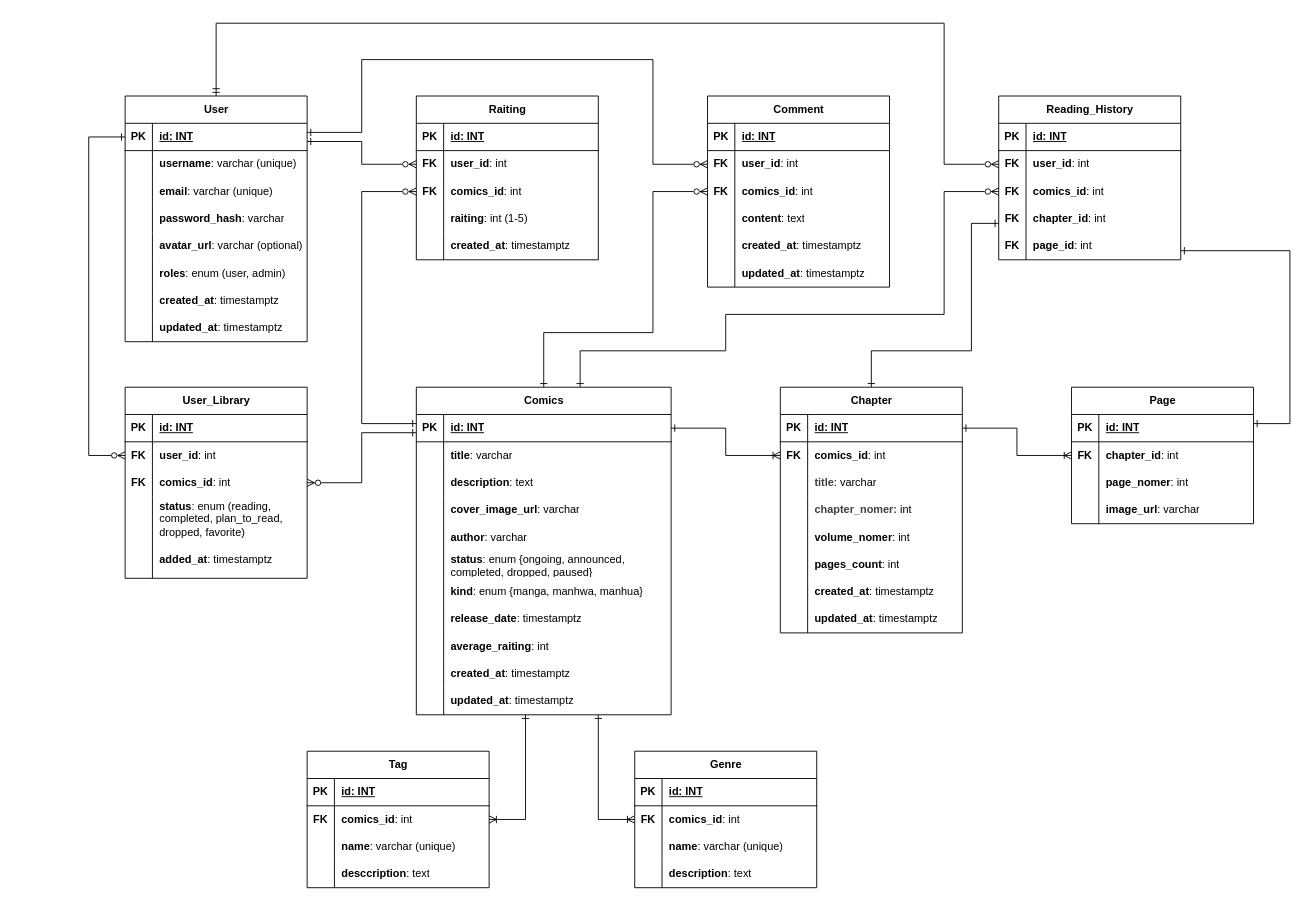
Earlier version of the draw.io diagram docs/assets/diagrams/ERD/ERD.drawio (TeleManga/docs). Source tidied: cells renumbered, new cells numbered last; positions are measured from the earlier drawing's top-left corner, leaving out a move shared by most shapes. Both pictures are drawn from the tidied source at 91%, with x=0, y=0 at pixel (88, 23).
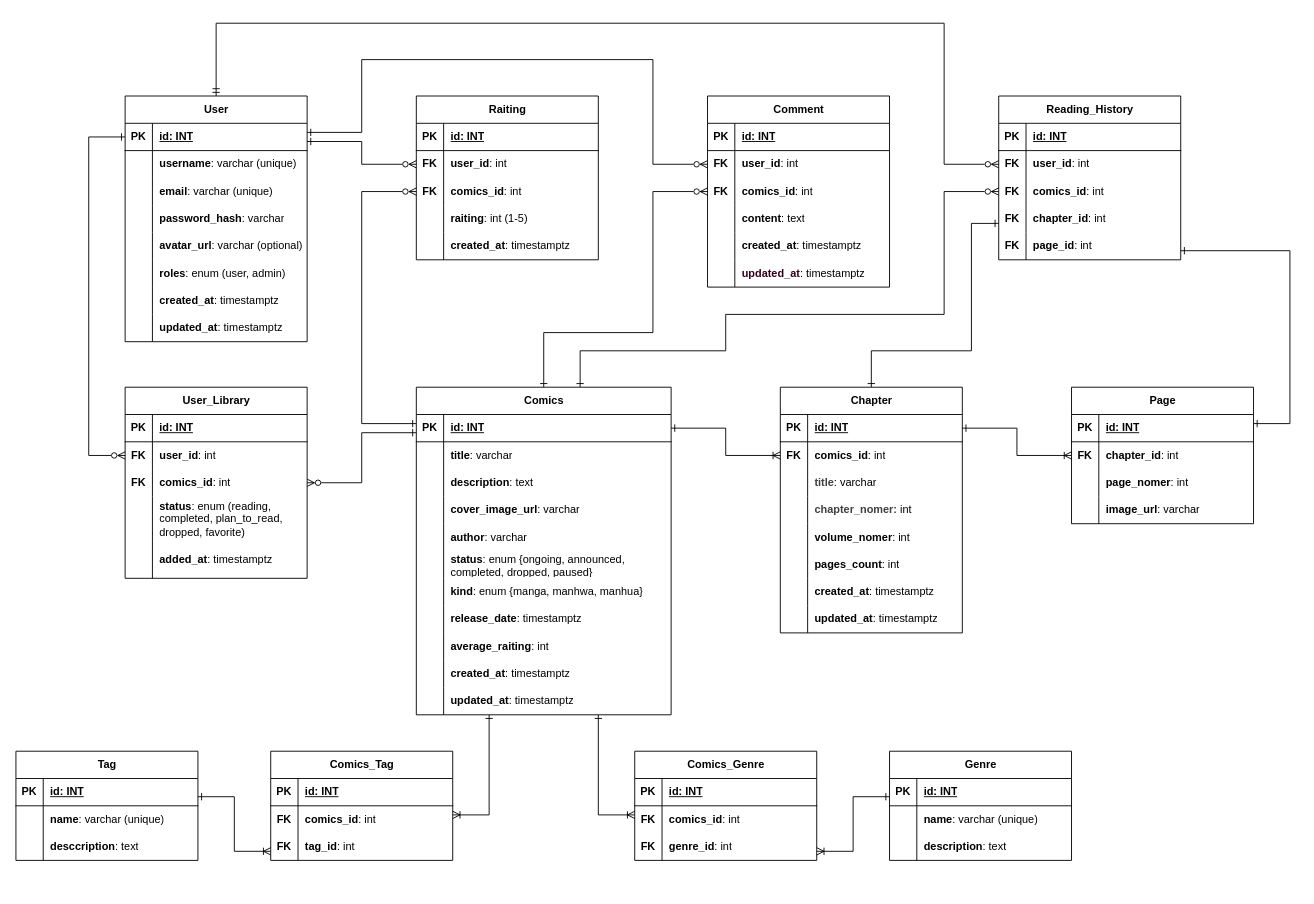
The same diagram, later.

Commit message (it also covers changes not shown here):
fix/6/refactor-erd-and-clean-architecture-synhrinize-technical-description

The change refers to these unchanged cells:
```xml
<mxCell id="6" value="Comics" style="shape=table;startSize=30;childLayout=tableLayout;rowLines=0;fontStyle=1;align=center;html=1;" parent="1" vertex="1">
  <mxGeometry x="360" y="400" width="280" height="360" as="geometry" />
</mxCell>
<mxCell id="151" style="shape=tableRow;horizontal=0;startSize=0;swimlaneHead=0;swimlaneBody=0;fillColor=none;points=[[0,0.5],[1,0.5]];portConstraint=eastwest;top=0;left=0;right=0;bottom=0;" parent="147" vertex="1">
  <mxGeometry y="60" width="200" height="30" as="geometry" />
</mxCell>
<mxCell id="154" style="shape=tableRow;horizontal=0;startSize=0;swimlaneHead=0;swimlaneBody=0;fillColor=none;points=[[0,0.5],[1,0.5]];portConstraint=eastwest;top=0;left=0;right=0;bottom=0;" parent="147" vertex="1">
  <mxGeometry y="90" width="200" height="30" as="geometry" />
</mxCell>
<mxCell id="157" style="shape=tableRow;horizontal=0;startSize=0;swimlaneHead=0;swimlaneBody=0;fillColor=none;top=0;left=0;right=0;bottom=0;" parent="147" vertex="1">
  <mxGeometry y="120" width="200" height="30" as="geometry" />
</mxCell>
<mxCell id="160" style="shape=tableRow;horizontal=0;startSize=0;swimlaneHead=0;swimlaneBody=0;fillColor=none;top=0;left=0;right=0;bottom=0;" parent="147" vertex="1">
  <mxGeometry y="150" width="200" height="30" as="geometry" />
</mxCell>
<mxCell id="163" style="shape=tableRow;horizontal=0;startSize=0;swimlaneHead=0;swimlaneBody=0;fillColor=none;top=0;left=0;right=0;bottom=0;" parent="147" vertex="1">
  <mxGeometry y="180" width="200" height="30" as="geometry" />
</mxCell>
```

What changed in the source:
```diff
@@
-    <mxCell id="4" style="edgeStyle=orthogonalEdgeStyle;html=1;startArrow=ERone;startFill=0;endArrow=ERoneToMany;endFill=0;rounded=0;curved=0;" parent="1" edge="1" source="6" target="40">
-      <mxGeometry relative="1" as="geometry">
-        <Array as="points">
-          <mxPoint x="560" y="875" />
-        </Array>
-      </mxGeometry>
-    </mxCell>
-    <mxCell id="5" style="edgeStyle=orthogonalEdgeStyle;html=1;rounded=0;curved=0;startArrow=ERone;startFill=0;endArrow=ERoneToMany;endFill=0;" parent="1" edge="1" source="6" target="53">
-      <mxGeometry relative="1" as="geometry">
-        <Array as="points">
-          <mxPoint x="480" y="875" />
-        </Array>
-      </mxGeometry>
-    </mxCell>
+    <mxCell id="206" style="edgeStyle=orthogonalEdgeStyle;html=1;rounded=0;curved=0;startArrow=ERone;startFill=0;endArrow=ERoneToMany;endFill=0;" parent="1" edge="1" source="6" target="209">
+      <mxGeometry relative="1" as="geometry">
+        <Array as="points">
+          <mxPoint x="560" y="870" />
+        </Array>
+      </mxGeometry>
+    </mxCell>
+    <mxCell id="207" style="edgeStyle=orthogonalEdgeStyle;html=1;rounded=0;curved=0;startArrow=ERone;startFill=0;endArrow=ERoneToMany;endFill=0;" parent="1" edge="1" source="6" target="220">
+      <mxGeometry relative="1" as="geometry">
+        <Array as="points">
+          <mxPoint x="440" y="870" />
+        </Array>
+      </mxGeometry>
+    </mxCell>
@@
     <mxCell id="40" value="Genre" style="shape=table;startSize=30;childLayout=tableLayout;rowLines=0;fontStyle=1;align=center;html=1;" parent="1" vertex="1">
-      <mxGeometry x="600" y="800" width="200" height="150" as="geometry" />
+      <mxGeometry x="880" y="800" width="200" height="120" as="geometry" />
     </mxCell>
@@
-    <mxCell id="44" style="shape=tableRow;horizontal=0;startSize=0;swimlaneHead=0;swimlaneBody=0;fillColor=none;top=0;left=0;right=0;bottom=0;" parent="40" vertex="1">
-      <mxGeometry y="60" width="200" height="30" as="geometry" />
-    </mxCell>
-    <mxCell id="45" value="&lt;b&gt;&lt;font style=&quot;color: rgb(0, 0, 0);&quot;&gt;FK&lt;/font&gt;&lt;/b&gt;" style="shape=partialRectangle;fillColor=none;top=0;left=0;bottom=0;right=0;overflow=hidden;whiteSpace=wrap;html=1;" parent="44" vertex="1">
-      <mxGeometry width="30" height="30" as="geometry" />
-    </mxCell>
-    <mxCell id="46" value="&lt;b&gt;comics_id&lt;/b&gt;: int" style="shape=partialRectangle;fillColor=none;top=0;left=0;bottom=0;right=0;align=left;spacingLeft=6;overflow=hidden;whiteSpace=wrap;html=1;" parent="44" vertex="1">
-      <mxGeometry x="30" width="170" height="30" as="geometry" />
-    </mxCell>
     <mxCell id="47" style="shape=tableRow;horizontal=0;startSize=0;swimlaneHead=0;swimlaneBody=0;fillColor=none;top=0;left=0;right=0;bottom=0;" parent="40" vertex="1">
-      <mxGeometry y="90" width="200" height="30" as="geometry" />
+      <mxGeometry y="60" width="200" height="30" as="geometry" />
     </mxCell>
@@
     <mxCell id="50" style="shape=tableRow;horizontal=0;startSize=0;swimlaneHead=0;swimlaneBody=0;fillColor=none;top=0;left=0;right=0;bottom=0;" parent="40" vertex="1">
-      <mxGeometry y="120" width="200" height="30" as="geometry" />
+      <mxGeometry y="90" width="200" height="30" as="geometry" />
     </mxCell>
@@
     <mxCell id="53" value="Tag" style="shape=table;startSize=30;childLayout=tableLayout;rowLines=0;fontStyle=1;align=center;html=1;" parent="1" vertex="1">
-      <mxGeometry x="240" y="800" width="200" height="150" as="geometry" />
+      <mxGeometry x="-80" y="800" width="200" height="120" as="geometry" />
     </mxCell>
@@
-    <mxCell id="57" style="shape=tableRow;horizontal=0;startSize=0;swimlaneHead=0;swimlaneBody=0;fillColor=none;top=0;left=0;right=0;bottom=0;" parent="53" vertex="1">
-      <mxGeometry y="60" width="200" height="30" as="geometry" />
-    </mxCell>
-    <mxCell id="58" value="&lt;b&gt;&lt;font style=&quot;color: rgb(0, 0, 0);&quot;&gt;FK&lt;/font&gt;&lt;/b&gt;" style="shape=partialRectangle;fillColor=none;top=0;left=0;bottom=0;right=0;overflow=hidden;whiteSpace=wrap;html=1;" parent="57" vertex="1">
-      <mxGeometry width="30" height="30" as="geometry" />
-    </mxCell>
-    <mxCell id="59" value="&lt;b&gt;comics_id&lt;/b&gt;: int" style="shape=partialRectangle;fillColor=none;top=0;left=0;bottom=0;right=0;align=left;spacingLeft=6;overflow=hidden;whiteSpace=wrap;html=1;" parent="57" vertex="1">
-      <mxGeometry x="30" width="170" height="30" as="geometry" />
-    </mxCell>
     <mxCell id="60" style="shape=tableRow;horizontal=0;startSize=0;swimlaneHead=0;swimlaneBody=0;fillColor=none;top=0;left=0;right=0;bottom=0;" parent="53" vertex="1">
-      <mxGeometry y="90" width="200" height="30" as="geometry" />
+      <mxGeometry y="60" width="200" height="30" as="geometry" />
     </mxCell>
@@
     <mxCell id="63" style="shape=tableRow;horizontal=0;startSize=0;swimlaneHead=0;swimlaneBody=0;fillColor=none;top=0;left=0;right=0;bottom=0;" parent="53" vertex="1">
-      <mxGeometry y="120" width="200" height="30" as="geometry" />
+      <mxGeometry y="90" width="200" height="30" as="geometry" />
     </mxCell>
@@
-    <mxCell id="153" value="&lt;b&gt;user_id&lt;/b&gt;: int" style="shape=partialRectangle;fillColor=none;top=0;left=0;bottom=0;right=0;align=left;spacingLeft=6;overflow=hidden;whiteSpace=wrap;html=1;" parent="151" vertex="1">
+    <mxCell id="153" value="&lt;b&gt;&lt;font style=&quot;color: rgb(0, 0, 0);&quot;&gt;user_id&lt;/font&gt;&lt;/b&gt;: int" style="shape=partialRectangle;fillColor=none;top=0;left=0;bottom=0;right=0;align=left;spacingLeft=6;overflow=hidden;whiteSpace=wrap;html=1;" parent="151" vertex="1">
       <mxGeometry x="30" width="170" height="30" as="geometry" />
     </mxCell>
@@
-    <mxCell id="156" value="&lt;b&gt;comics_id&lt;/b&gt;: int" style="shape=partialRectangle;fillColor=none;top=0;left=0;bottom=0;right=0;align=left;spacingLeft=6;overflow=hidden;whiteSpace=wrap;html=1;" parent="154" vertex="1">
+    <mxCell id="156" value="&lt;b&gt;&lt;font style=&quot;color: rgb(0, 0, 0);&quot;&gt;comics_id&lt;/font&gt;&lt;/b&gt;: int" style="shape=partialRectangle;fillColor=none;top=0;left=0;bottom=0;right=0;align=left;spacingLeft=6;overflow=hidden;whiteSpace=wrap;html=1;" parent="154" vertex="1">
       <mxGeometry x="30" width="170" height="30" as="geometry" />
     </mxCell>
@@
-    <mxCell id="159" value="&lt;b&gt;content&lt;/b&gt;: text" style="shape=partialRectangle;fillColor=none;top=0;left=0;bottom=0;right=0;align=left;spacingLeft=6;overflow=hidden;whiteSpace=wrap;html=1;" parent="157" vertex="1">
+    <mxCell id="159" value="&lt;b&gt;&lt;font style=&quot;color: rgb(0, 0, 0);&quot;&gt;content&lt;/font&gt;&lt;/b&gt;: text" style="shape=partialRectangle;fillColor=none;top=0;left=0;bottom=0;right=0;align=left;spacingLeft=6;overflow=hidden;whiteSpace=wrap;html=1;" parent="157" vertex="1">
       <mxGeometry x="30" width="170" height="30" as="geometry" />
     </mxCell>
@@
-    <mxCell id="162" value="&lt;b&gt;created_at&lt;/b&gt;: timestamptz" style="shape=partialRectangle;fillColor=none;top=0;left=0;bottom=0;right=0;align=left;spacingLeft=6;overflow=hidden;whiteSpace=wrap;html=1;" parent="160" vertex="1">
+    <mxCell id="162" value="&lt;b&gt;&lt;font style=&quot;color: light-dark(rgb(0, 0, 0), rgb(237, 237, 237));&quot;&gt;created_at&lt;/font&gt;&lt;/b&gt;: timestamptz" style="shape=partialRectangle;fillColor=none;top=0;left=0;bottom=0;right=0;align=left;spacingLeft=6;overflow=hidden;whiteSpace=wrap;html=1;" parent="160" vertex="1">
       <mxGeometry x="30" width="170" height="30" as="geometry" />
     </mxCell>
@@
-    <mxCell id="165" value="updated_at&lt;span style=&quot;font-weight: normal;&quot;&gt;: timestamptz&lt;/span&gt;" style="shape=partialRectangle;fillColor=none;top=0;left=0;bottom=0;right=0;align=left;spacingLeft=6;overflow=hidden;whiteSpace=wrap;html=1;fontStyle=1;" parent="163" vertex="1">
+    <mxCell id="165" value="&lt;font style=&quot;color: rgb(51, 0, 26);&quot;&gt;updated_at&lt;/font&gt;&lt;span style=&quot;font-weight: normal;&quot;&gt;: timestamptz&lt;/span&gt;" style="shape=partialRectangle;fillColor=none;top=0;left=0;bottom=0;right=0;align=left;spacingLeft=6;overflow=hidden;whiteSpace=wrap;html=1;fontStyle=1;" parent="163" vertex="1">
       <mxGeometry x="30" width="170" height="30" as="geometry" />
     </mxCell>
@@
+    <mxCell id="208" style="edgeStyle=orthogonalEdgeStyle;html=1;startArrow=ERoneToMany;startFill=0;endArrow=ERone;endFill=0;rounded=0;curved=0;" parent="1" edge="1" source="209" target="40">
+      <mxGeometry relative="1" as="geometry">
+        <Array as="points">
+          <mxPoint x="840" y="910" />
+          <mxPoint x="840" y="850" />
+        </Array>
+      </mxGeometry>
+    </mxCell>
+    <mxCell id="209" value="Comics_Genre" style="shape=table;startSize=30;childLayout=tableLayout;rowLines=0;fontStyle=1;align=center;html=1;" parent="1" vertex="1">
+      <mxGeometry x="600" y="800" width="200" height="120" as="geometry" />
+    </mxCell>
+    <mxCell id="210" style="shape=tableRow;horizontal=0;startSize=0;swimlaneHead=0;swimlaneBody=0;fillColor=none;top=0;left=0;right=0;bottom=1;" parent="209" vertex="1">
+      <mxGeometry y="30" width="200" height="30" as="geometry" />
+    </mxCell>
+    <mxCell id="211" value="PK" style="shape=partialRectangle;fillColor=none;top=0;left=0;bottom=0;right=0;fontStyle=1;overflow=hidden;whiteSpace=wrap;html=1;" parent="210" vertex="1">
+      <mxGeometry width="30" height="30" as="geometry" />
+    </mxCell>
+    <mxCell id="212" value="id: INT" style="shape=partialRectangle;fillColor=none;top=0;left=0;bottom=0;right=0;align=left;spacingLeft=6;fontStyle=5;overflow=hidden;whiteSpace=wrap;html=1;" parent="210" vertex="1">
+      <mxGeometry x="30" width="170" height="30" as="geometry" />
+    </mxCell>
+    <mxCell id="213" style="shape=tableRow;horizontal=0;startSize=0;swimlaneHead=0;swimlaneBody=0;fillColor=none;top=0;left=0;right=0;bottom=0;" parent="209" vertex="1">
+      <mxGeometry y="60" width="200" height="30" as="geometry" />
+    </mxCell>
+    <mxCell id="214" value="&lt;b&gt;&lt;font style=&quot;color: rgb(0, 0, 0);&quot;&gt;FK&lt;/font&gt;&lt;/b&gt;" style="shape=partialRectangle;fillColor=none;top=0;left=0;bottom=0;right=0;overflow=hidden;whiteSpace=wrap;html=1;" parent="213" vertex="1">
+      <mxGeometry width="30" height="30" as="geometry" />
+    </mxCell>
+    <mxCell id="215" value="&lt;b&gt;comics_id&lt;/b&gt;: int" style="shape=partialRectangle;fillColor=none;top=0;left=0;bottom=0;right=0;align=left;spacingLeft=6;overflow=hidden;whiteSpace=wrap;html=1;" parent="213" vertex="1">
+      <mxGeometry x="30" width="170" height="30" as="geometry" />
+    </mxCell>
+    <mxCell id="216" style="shape=tableRow;horizontal=0;startSize=0;swimlaneHead=0;swimlaneBody=0;fillColor=none;top=0;left=0;right=0;bottom=0;" parent="209" vertex="1">
+      <mxGeometry y="90" width="200" height="30" as="geometry" />
+    </mxCell>
+    <mxCell id="217" value="&lt;font style=&quot;color: rgb(0, 0, 0);&quot;&gt;&lt;b style=&quot;&quot;&gt;FK&lt;/b&gt;&lt;/font&gt;" style="shape=partialRectangle;fillColor=none;top=0;left=0;bottom=0;right=0;overflow=hidden;whiteSpace=wrap;html=1;" parent="216" vertex="1">
+      <mxGeometry width="30" height="30" as="geometry" />
+    </mxCell>
+    <mxCell id="218" value="&lt;b&gt;genre_id&lt;/b&gt;: int" style="shape=partialRectangle;fillColor=none;top=0;left=0;bottom=0;right=0;align=left;spacingLeft=6;overflow=hidden;whiteSpace=wrap;html=1;" parent="216" vertex="1">
+      <mxGeometry x="30" width="170" height="30" as="geometry" />
+    </mxCell>
+    <mxCell id="219" style="edgeStyle=orthogonalEdgeStyle;html=1;startArrow=ERoneToMany;startFill=0;endArrow=ERone;endFill=0;rounded=0;curved=0;" parent="1" edge="1" source="220" target="53">
+      <mxGeometry relative="1" as="geometry">
+        <Array as="points">
+          <mxPoint x="160" y="910" />
+          <mxPoint x="160" y="850" />
+        </Array>
+      </mxGeometry>
+    </mxCell>
+    <mxCell id="220" value="Comics_Tag" style="shape=table;startSize=30;childLayout=tableLayout;rowLines=0;fontStyle=1;align=center;html=1;" parent="1" vertex="1">
+      <mxGeometry x="200" y="800" width="200" height="120" as="geometry" />
+    </mxCell>
+    <mxCell id="221" style="shape=tableRow;horizontal=0;startSize=0;swimlaneHead=0;swimlaneBody=0;fillColor=none;top=0;left=0;right=0;bottom=1;" parent="220" vertex="1">
+      <mxGeometry y="30" width="200" height="30" as="geometry" />
+    </mxCell>
+    <mxCell id="222" value="PK" style="shape=partialRectangle;fillColor=none;top=0;left=0;bottom=0;right=0;fontStyle=1;overflow=hidden;whiteSpace=wrap;html=1;" parent="221" vertex="1">
+      <mxGeometry width="30" height="30" as="geometry" />
+    </mxCell>
+    <mxCell id="223" value="id: INT" style="shape=partialRectangle;fillColor=none;top=0;left=0;bottom=0;right=0;align=left;spacingLeft=6;fontStyle=5;overflow=hidden;whiteSpace=wrap;html=1;" parent="221" vertex="1">
+      <mxGeometry x="30" width="170" height="30" as="geometry" />
+    </mxCell>
+    <mxCell id="224" style="shape=tableRow;horizontal=0;startSize=0;swimlaneHead=0;swimlaneBody=0;fillColor=none;top=0;left=0;right=0;bottom=0;" parent="220" vertex="1">
+      <mxGeometry y="60" width="200" height="30" as="geometry" />
+    </mxCell>
+    <mxCell id="225" value="&lt;b&gt;&lt;font style=&quot;color: rgb(0, 0, 0);&quot;&gt;FK&lt;/font&gt;&lt;/b&gt;" style="shape=partialRectangle;fillColor=none;top=0;left=0;bottom=0;right=0;overflow=hidden;whiteSpace=wrap;html=1;" parent="224" vertex="1">
+      <mxGeometry width="30" height="30" as="geometry" />
+    </mxCell>
+    <mxCell id="226" value="&lt;b&gt;comics_id&lt;/b&gt;: int" style="shape=partialRectangle;fillColor=none;top=0;left=0;bottom=0;right=0;align=left;spacingLeft=6;overflow=hidden;whiteSpace=wrap;html=1;" parent="224" vertex="1">
+      <mxGeometry x="30" width="170" height="30" as="geometry" />
+    </mxCell>
+    <mxCell id="227" style="shape=tableRow;horizontal=0;startSize=0;swimlaneHead=0;swimlaneBody=0;fillColor=none;top=0;left=0;right=0;bottom=0;" parent="220" vertex="1">
+      <mxGeometry y="90" width="200" height="30" as="geometry" />
+    </mxCell>
+    <mxCell id="228" value="&lt;b&gt;&lt;font style=&quot;color: rgb(0, 0, 0);&quot;&gt;FK&lt;/font&gt;&lt;/b&gt;" style="shape=partialRectangle;fillColor=none;top=0;left=0;bottom=0;right=0;overflow=hidden;whiteSpace=wrap;html=1;" parent="227" vertex="1">
+      <mxGeometry width="30" height="30" as="geometry" />
+    </mxCell>
+    <mxCell id="229" value="&lt;b&gt;tag_id&lt;/b&gt;: int" style="shape=partialRectangle;fillColor=none;top=0;left=0;bottom=0;right=0;align=left;spacingLeft=6;overflow=hidden;whiteSpace=wrap;html=1;" parent="227" vertex="1">
+      <mxGeometry x="30" width="170" height="30" as="geometry" />
+    </mxCell>
```
